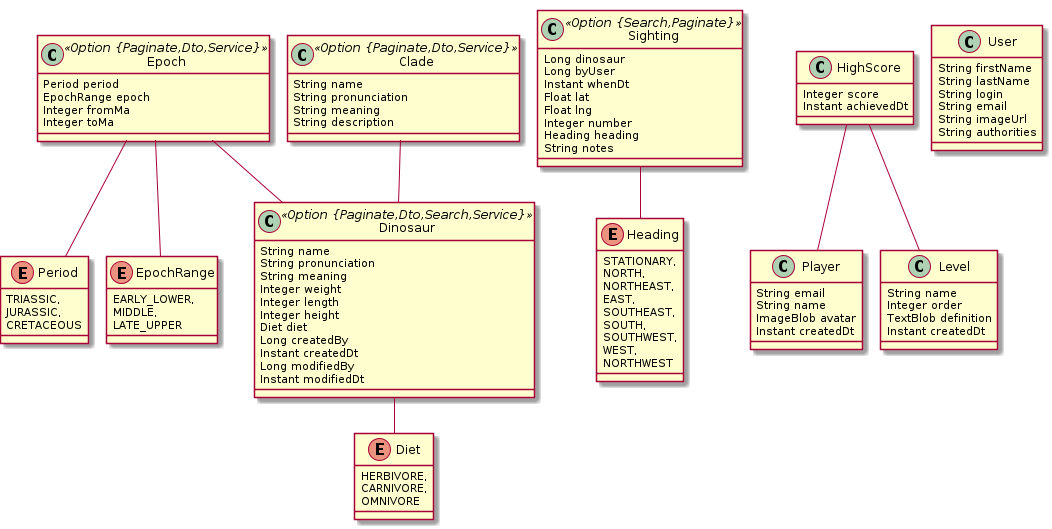
Earlier version of the PlantUML export jhipster-microservice-dinosaurs.png (RatJuggler/jhipster-jdl).
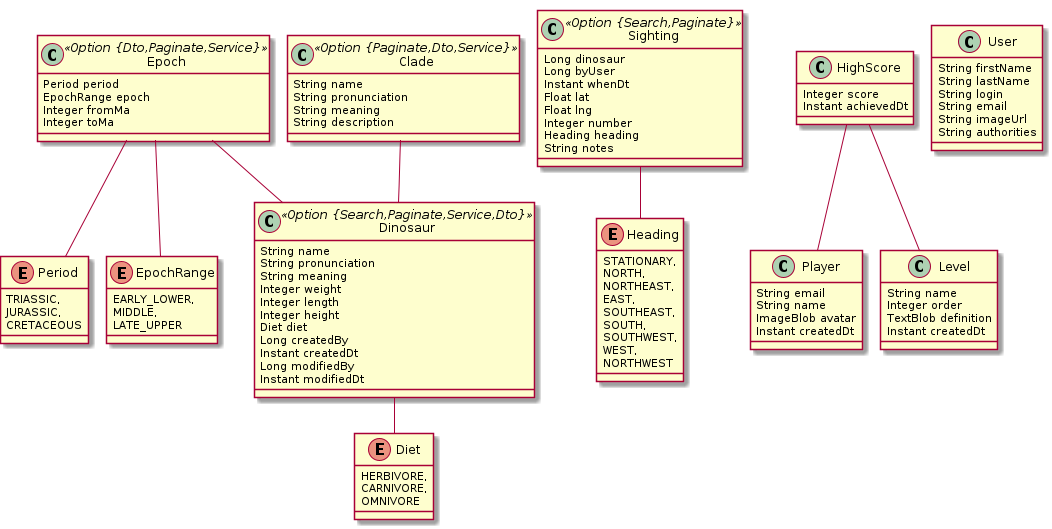
The same file after the commit.

Commit message:
Revert to a single gateway.

What changed in the source:
```diff
@@ -11,7 +11,7 @@
 		MIDDLE,
 		LATE_UPPER
 	}
-	class Epoch <<Option {Paginate,Dto,Service}>> {
+	class Epoch <<Option {Dto,Paginate,Service}>> {
 		Period period
 		EpochRange epoch
 		Integer fromMa
@@ -30,7 +30,7 @@
 		CARNIVORE,
 		OMNIVORE
 	}
-	class Dinosaur <<Option {Paginate,Dto,Search,Service}>> {
+	class Dinosaur <<Option {Search,Paginate,Service,Dto}>> {
 		String name
 		String pronunciation
 		String meaning
```
